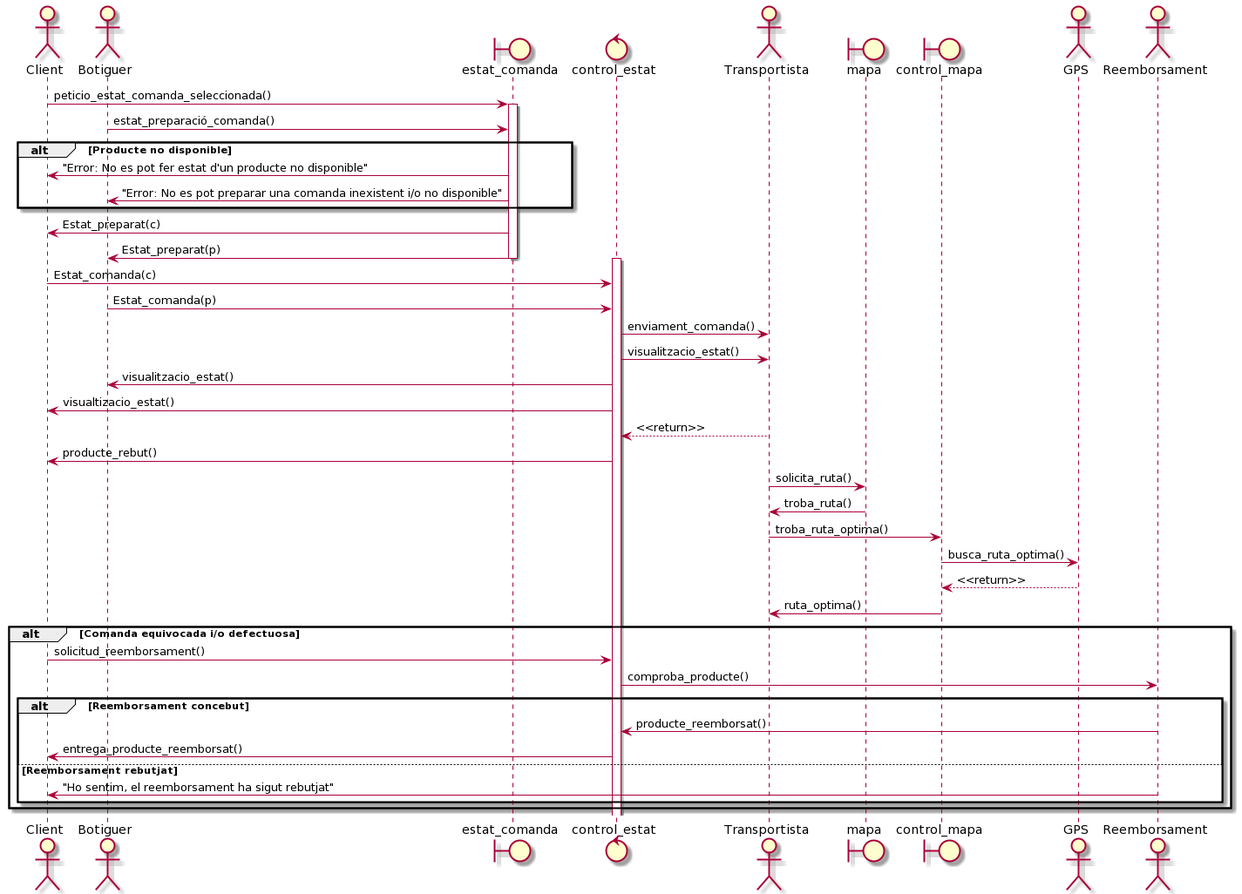
This is diagrams/Seq_Diagram_Estat_comanda.png from polpagesdev/delivery-app, a PlantUML export, as it was before one commit.
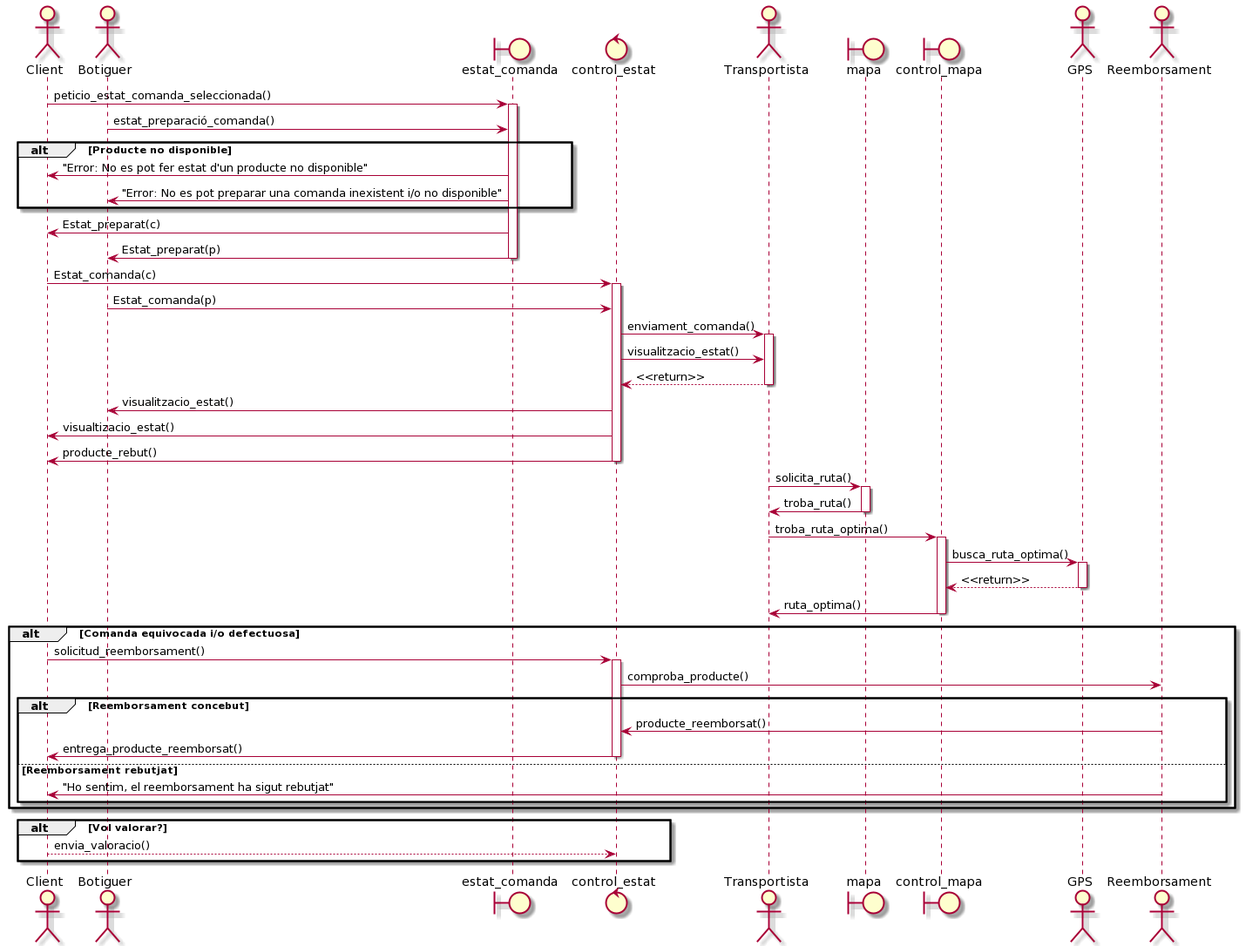
The same file after the commit.

Diff of the diagram source:
```diff
@@ -19,32 +19,48 @@
 estat_comanda -> Client : Estat_preparat(c)
 estat_comanda -> Botiguer : Estat_preparat(p)
 deactivate estat_comanda
-activate control_estat
 
 Client -> control_estat: Estat_comanda(c)
+activate control_estat
 Botiguer -> control_estat: Estat_comanda(p)
 control_estat -> Transportista: enviament_comanda()
+activate Transportista
 control_estat -> Transportista: visualitzacio_estat()
+Transportista --> control_estat: <<return>>
+deactivate Transportista
 control_estat -> Botiguer: visualitzacio_estat()
 control_estat -> Client: visualtizacio_estat()
-Transportista --> control_estat: <<return>>
 control_estat -> Client: producte_rebut()
+deactivate control_estat
 
 Transportista -> mapa: solicita_ruta()
+activate mapa
 mapa -> Transportista: troba_ruta()
+deactivate mapa
 Transportista -> control_mapa: troba_ruta_optima()
+
+
+activate control_mapa
 control_mapa -> GPS: busca_ruta_optima()
+activate GPS
 GPS --> control_mapa: <<return>>
+deactivate GPS
 control_mapa -> Transportista: ruta_optima()
+deactivate control_mapa
 
 alt Comanda equivocada i/o defectuosa
     Client -> control_estat: solicitud_reemborsament()
+    activate control_estat
     control_estat -> Reemborsament: comproba_producte()
     alt Reemborsament concebut
        Reemborsament -> control_estat: producte_reemborsat()
        control_estat -> Client: entrega_producte_reemborsat()
+    deactivate control_estat
     else Reemborsament rebutjat
        Reemborsament -> Client: "Ho sentim, el reemborsament ha sigut rebutjat"
     end
 end
+alt Vol valorar?
+   Client --> control_estat: envia_valoracio()
+end
 @enduml
```
